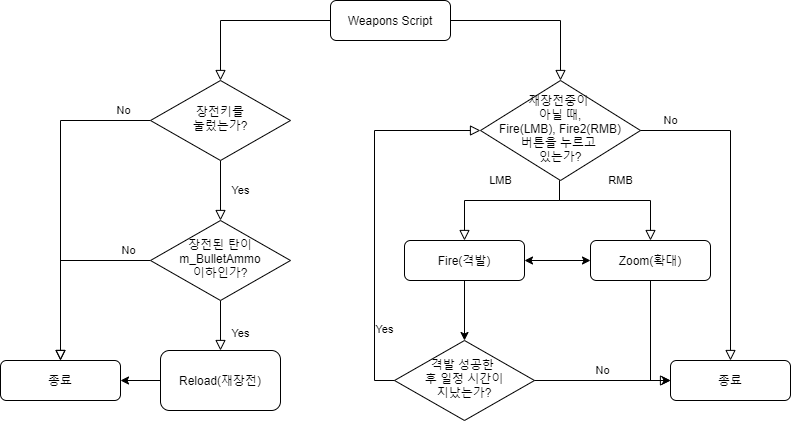
The draw.io diagram 포폴 이미지/Weapon 순서도.png in CromJo/01.-FPS, before a commit. Source tidied: cells renumbered, new cells last; positions are measured from the earlier drawing's top-left corner, leaving out a move shared by most shapes. Its diagram source:
```xml
<mxGraphModel>
  <root>
    <mxCell id="0" />
    <mxCell id="1" parent="0" />
    <mxCell id="2" style="rounded=0;html=1;jettySize=auto;fontSize=11;endArrow=block;endFill=0;endSize=8;strokeWidth=1;shadow=0;labelBackgroundColor=none;edgeStyle=orthogonalEdgeStyle;" parent="1" edge="1" source="3" target="6">
      <mxGeometry relative="1" as="geometry" />
    </mxCell>
    <mxCell id="3" value="Weapons Script" style="rounded=1;whiteSpace=wrap;html=1;fontSize=12;glass=0;strokeWidth=1;shadow=0;" parent="1" vertex="1">
      <mxGeometry x="330" width="120" height="40" as="geometry" />
    </mxCell>
    <mxCell id="4" value="Yes" style="rounded=0;html=1;jettySize=auto;fontSize=11;endArrow=block;endFill=0;endSize=8;strokeWidth=1;shadow=0;labelBackgroundColor=none;edgeStyle=orthogonalEdgeStyle;" parent="1" edge="1" source="6" target="9">
      <mxGeometry y="20" relative="1" as="geometry" />
    </mxCell>
    <mxCell id="5" value="No" style="edgeStyle=orthogonalEdgeStyle;rounded=0;html=1;jettySize=auto;fontSize=11;endArrow=block;endFill=0;endSize=8;strokeWidth=1;shadow=0;labelBackgroundColor=none;entryX=0.5;entryY=0;entryDx=0;entryDy=0;" parent="1" edge="1" source="6" target="10">
      <mxGeometry x="-0.84" y="-10" relative="1" as="geometry" />
    </mxCell>
    <mxCell id="6" value="장전키를&lt;br&gt;눌렀는가?" style="rhombus;whiteSpace=wrap;html=1;shadow=0;fontFamily=Helvetica;fontSize=12;align=center;strokeWidth=1;spacing=6;spacingTop=-4;" parent="1" vertex="1">
      <mxGeometry x="150" y="80" width="140" height="80" as="geometry" />
    </mxCell>
    <mxCell id="7" value="Yes" style="rounded=0;html=1;jettySize=auto;fontSize=11;endArrow=block;endFill=0;endSize=8;strokeWidth=1;shadow=0;labelBackgroundColor=none;edgeStyle=orthogonalEdgeStyle;entryX=0.5;entryY=0;entryDx=0;entryDy=0;" parent="1" edge="1" source="9" target="12">
      <mxGeometry x="0.33" y="20" relative="1" as="geometry" />
    </mxCell>
    <mxCell id="8" value="No" style="edgeStyle=orthogonalEdgeStyle;rounded=0;html=1;jettySize=auto;fontSize=11;endArrow=block;endFill=0;endSize=8;strokeWidth=1;shadow=0;labelBackgroundColor=none;" parent="1" edge="1" source="9" target="10">
      <mxGeometry x="-0.76" y="-10" relative="1" as="geometry" />
    </mxCell>
    <mxCell id="9" value="장전된 탄이 m_BulletAmmo&lt;br&gt;이하인가?" style="rhombus;whiteSpace=wrap;html=1;shadow=0;fontFamily=Helvetica;fontSize=12;align=center;strokeWidth=1;spacing=6;spacingTop=-4;" parent="1" vertex="1">
      <mxGeometry x="150" y="220" width="140" height="80" as="geometry" />
    </mxCell>
    <mxCell id="10" value="종료" style="rounded=1;whiteSpace=wrap;html=1;fontSize=12;glass=0;strokeWidth=1;shadow=0;" parent="1" vertex="1">
      <mxGeometry y="360" width="120" height="40" as="geometry" />
    </mxCell>
    <mxCell id="11" style="edgeStyle=orthogonalEdgeStyle;rounded=0;jettySize=auto;html=1;" parent="1" edge="1" source="12" target="10">
      <mxGeometry relative="1" as="geometry" />
    </mxCell>
    <mxCell id="12" value="Reload(재장전)" style="rounded=1;whiteSpace=wrap;html=1;" parent="1" vertex="1">
      <mxGeometry x="160" y="350" width="120" height="60" as="geometry" />
    </mxCell>
    <mxCell id="13" style="rounded=0;html=1;jettySize=auto;fontSize=11;endArrow=block;endFill=0;endSize=8;strokeWidth=1;shadow=0;labelBackgroundColor=none;edgeStyle=orthogonalEdgeStyle;exitX=1;exitY=0.5;exitDx=0;exitDy=0;" parent="1" edge="1" source="3">
      <mxGeometry relative="1" as="geometry">
        <mxPoint x="560" y="80" as="targetPoint" />
        <Array as="points">
          <mxPoint x="560" y="20" />
          <mxPoint x="560" y="80" />
        </Array>
      </mxGeometry>
    </mxCell>
    <mxCell id="14" value="재장전중이 &lt;br&gt;아닐 때,&lt;br&gt;Fire(LMB), Fire2(RMB)&lt;br&gt;버튼을 누르고 &lt;br&gt;있는가?" style="rhombus;whiteSpace=wrap;html=1;shadow=0;fontFamily=Helvetica;fontSize=12;align=center;strokeWidth=1;spacing=6;spacingTop=-4;" parent="1" vertex="1">
      <mxGeometry x="480" y="80" width="160" height="100" as="geometry" />
    </mxCell>
    <mxCell id="15" value="LMB" style="rounded=0;html=1;jettySize=auto;fontSize=11;endArrow=block;endFill=0;endSize=8;strokeWidth=1;shadow=0;labelBackgroundColor=none;edgeStyle=orthogonalEdgeStyle;entryX=0.5;entryY=0;entryDx=0;entryDy=0;" parent="1" edge="1" target="17">
      <mxGeometry x="0.02" y="-20" relative="1" as="geometry">
        <mxPoint x="559" y="180" as="sourcePoint" />
        <Array as="points">
          <mxPoint x="559" y="200" />
          <mxPoint x="464" y="200" />
        </Array>
      </mxGeometry>
    </mxCell>
    <mxCell id="16" style="edgeStyle=orthogonalEdgeStyle;rounded=0;jettySize=auto;html=1;entryX=0.5;entryY=0;entryDx=0;entryDy=0;" parent="1" edge="1" source="17" target="19">
      <mxGeometry relative="1" as="geometry" />
    </mxCell>
    <mxCell id="17" value="Fire(격발)" style="rounded=1;whiteSpace=wrap;html=1;fontSize=12;glass=0;strokeWidth=1;shadow=0;" parent="1" vertex="1">
      <mxGeometry x="404" y="240" width="120" height="40" as="geometry" />
    </mxCell>
    <mxCell id="18" value="종료" style="rounded=1;whiteSpace=wrap;html=1;fontSize=12;glass=0;strokeWidth=1;shadow=0;" parent="1" vertex="1">
      <mxGeometry x="670" y="360" width="120" height="40" as="geometry" />
    </mxCell>
    <mxCell id="19" value="격발 성공한 &lt;br&gt;후 일정 시간이&lt;br&gt;지났는가?" style="rhombus;whiteSpace=wrap;html=1;shadow=0;fontFamily=Helvetica;fontSize=12;align=center;strokeWidth=1;spacing=6;spacingTop=-4;" parent="1" vertex="1">
      <mxGeometry x="394" y="340" width="140" height="80" as="geometry" />
    </mxCell>
    <mxCell id="20" value="No" style="rounded=0;html=1;jettySize=auto;fontSize=11;endArrow=block;endFill=0;endSize=8;strokeWidth=1;shadow=0;labelBackgroundColor=none;edgeStyle=orthogonalEdgeStyle;exitX=1;exitY=0.5;exitDx=0;exitDy=0;entryX=0;entryY=0.5;entryDx=0;entryDy=0;" parent="1" edge="1" source="19" target="18">
      <mxGeometry y="10" relative="1" as="geometry" />
    </mxCell>
    <mxCell id="21" value="Yes" style="rounded=0;html=1;jettySize=auto;fontSize=11;endArrow=block;endFill=0;endSize=8;strokeWidth=1;shadow=0;labelBackgroundColor=none;edgeStyle=orthogonalEdgeStyle;entryX=0;entryY=0.5;entryDx=0;entryDy=0;exitX=0;exitY=0.5;exitDx=0;exitDy=0;" parent="1" edge="1" source="19" target="14">
      <mxGeometry x="-0.62" y="-10" relative="1" as="geometry" />
    </mxCell>
    <mxCell id="22" value="No" style="edgeStyle=orthogonalEdgeStyle;rounded=0;html=1;jettySize=auto;fontSize=11;endArrow=block;endFill=0;endSize=8;strokeWidth=1;shadow=0;labelBackgroundColor=none;entryX=0.5;entryY=0;entryDx=0;entryDy=0;exitX=1;exitY=0.5;exitDx=0;exitDy=0;" parent="1" edge="1" source="14" target="18">
      <mxGeometry x="-0.81" y="10" relative="1" as="geometry" />
    </mxCell>
    <mxCell id="23" value="RMB" style="rounded=0;html=1;jettySize=auto;fontSize=11;endArrow=block;endFill=0;endSize=8;strokeWidth=1;shadow=0;labelBackgroundColor=none;edgeStyle=orthogonalEdgeStyle;entryX=0.5;entryY=0;entryDx=0;entryDy=0;" parent="1" edge="1" target="25">
      <mxGeometry x="0.07" y="20" relative="1" as="geometry">
        <mxPoint x="559" y="180" as="sourcePoint" />
        <Array as="points">
          <mxPoint x="559" y="200" />
          <mxPoint x="650" y="200" />
        </Array>
      </mxGeometry>
    </mxCell>
    <mxCell id="24" style="edgeStyle=orthogonalEdgeStyle;rounded=0;jettySize=auto;html=1;" parent="1" edge="1" source="25">
      <mxGeometry relative="1" as="geometry">
        <mxPoint x="670" y="380" as="targetPoint" />
        <Array as="points">
          <mxPoint x="650" y="380" />
        </Array>
      </mxGeometry>
    </mxCell>
    <mxCell id="25" value="Zoom(확대)" style="rounded=1;whiteSpace=wrap;html=1;fontSize=12;glass=0;strokeWidth=1;shadow=0;" parent="1" vertex="1">
      <mxGeometry x="590" y="240" width="120" height="40" as="geometry" />
    </mxCell>
    <mxCell id="26" style="endArrow=classic;startArrow=classic;html=1;entryX=0;entryY=0.5;entryDx=0;entryDy=0;exitX=1;exitY=0.5;exitDx=0;exitDy=0;" parent="1" edge="1" source="17" target="25">
      <mxGeometry relative="1" as="geometry" />
    </mxCell>
  </root>
</mxGraphModel>
```
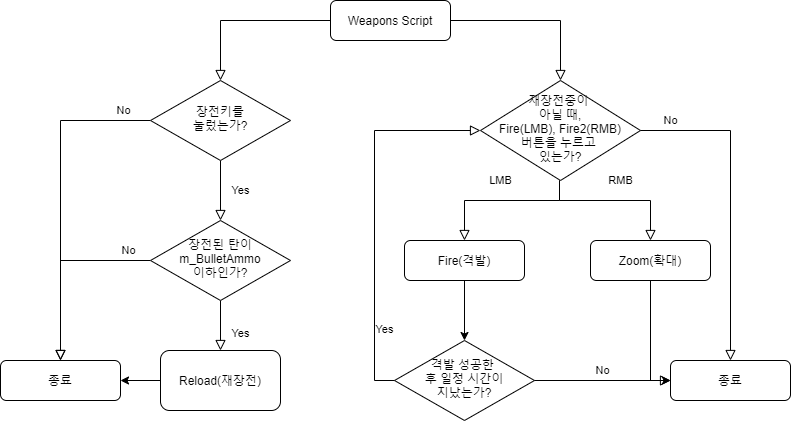
After the change.

Diff of the diagram source:
```diff
@@ -97,8 +97,5 @@
     <mxCell id="25" value="Zoom(확대)" style="rounded=1;whiteSpace=wrap;html=1;fontSize=12;glass=0;strokeWidth=1;shadow=0;" parent="1" vertex="1">
       <mxGeometry x="590" y="240" width="120" height="40" as="geometry" />
     </mxCell>
-    <mxCell id="26" style="endArrow=classic;startArrow=classic;html=1;entryX=0;entryY=0.5;entryDx=0;entryDy=0;exitX=1;exitY=0.5;exitDx=0;exitDy=0;" parent="1" edge="1" source="17" target="25">
-      <mxGeometry relative="1" as="geometry" />
-    </mxCell>
   </root>
 </mxGraphModel>
```
